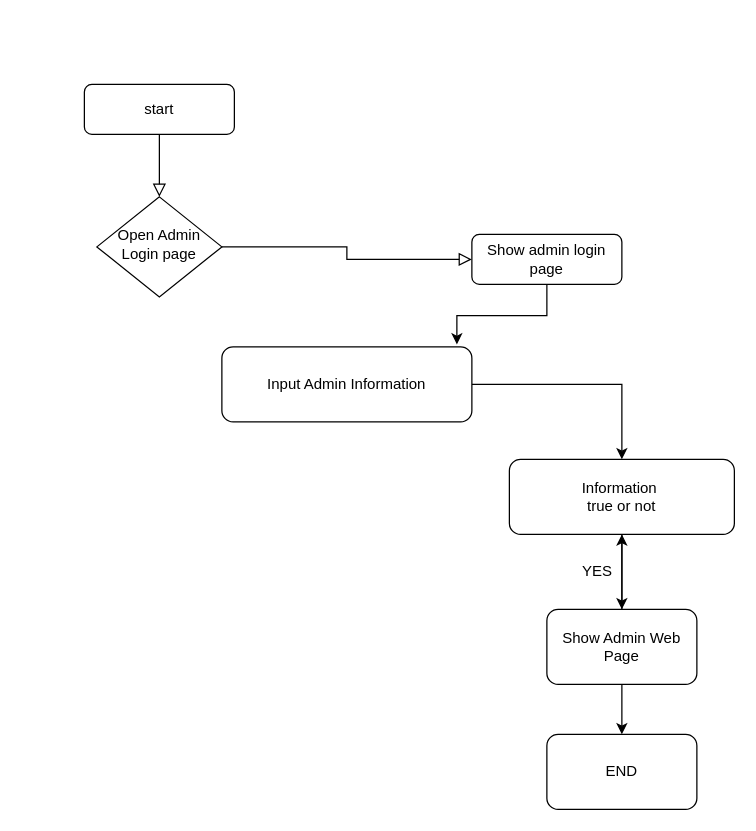
The draw.io diagram page "Page-1" (1 of 2) of Untitled Diagram.drawio in yogeshvishnole/Apnakisan, before the edit. Source tidied: cells renumbered, new cells numbered last; positions are measured from the earlier drawing's top-left corner, leaving out a move shared by most shapes. Both pictures are drawn from the tidied source at 125%, with x=0, y=0 at pixel (84, 84).
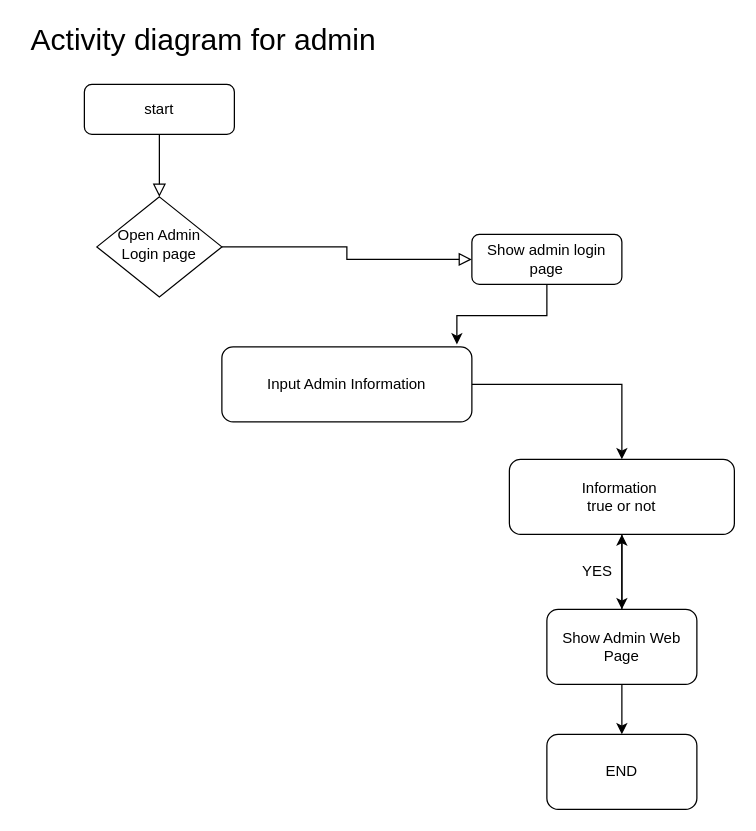
The same page after the edit.

Change to the diagram source:
```diff
@@
 <mxGraphModel>
   <root>
     <mxCell id="0" />
     <mxCell id="1" parent="0" />
     <mxCell id="2" style="rounded=0;html=1;jettySize=auto;fontSize=11;endArrow=block;endFill=0;endSize=8;strokeWidth=1;shadow=0;labelBackgroundColor=none;edgeStyle=orthogonalEdgeStyle;" parent="1" edge="1" source="3" target="5">
       <mxGeometry relative="1" as="geometry" />
     </mxCell>
     <mxCell id="3" value="start" style="rounded=1;whiteSpace=wrap;html=1;fontSize=12;glass=0;strokeWidth=1;shadow=0;" parent="1" vertex="1">
       <mxGeometry width="120" height="40" as="geometry" />
     </mxCell>
     <mxCell id="4" style="edgeStyle=orthogonalEdgeStyle;rounded=0;html=1;jettySize=auto;fontSize=11;endArrow=block;endFill=0;endSize=8;strokeWidth=1;shadow=0;labelBackgroundColor=none;" parent="1" edge="1" source="5" target="7">
       <mxGeometry y="10" relative="1" as="geometry" />
     </mxCell>
     <mxCell id="5" value="Open Admin Login page" style="rhombus;whiteSpace=wrap;html=1;shadow=0;fontFamily=Helvetica;fontSize=12;align=center;strokeWidth=1;spacing=6;spacingTop=-4;" parent="1" vertex="1">
       <mxGeometry x="10" y="90" width="100" height="80" as="geometry" />
     </mxCell>
     <mxCell id="6" style="edgeStyle=orthogonalEdgeStyle;rounded=0;jettySize=auto;html=1;entryX=0.94;entryY=-0.033;entryDx=0;entryDy=0;entryPerimeter=0;" parent="1" edge="1" source="7" target="9">
       <mxGeometry relative="1" as="geometry" />
     </mxCell>
     <mxCell id="7" value="Show admin login page" style="rounded=1;whiteSpace=wrap;html=1;fontSize=12;glass=0;strokeWidth=1;shadow=0;" parent="1" vertex="1">
       <mxGeometry x="310" y="120" width="120" height="40" as="geometry" />
     </mxCell>
     <mxCell id="8" style="edgeStyle=orthogonalEdgeStyle;rounded=0;jettySize=auto;html=1;" parent="1" edge="1" source="9" target="11">
       <mxGeometry relative="1" as="geometry" />
     </mxCell>
     <mxCell id="9" value="Input Admin Information" style="rounded=1;whiteSpace=wrap;html=1;" parent="1" vertex="1">
       <mxGeometry x="110" y="210" width="200" height="60" as="geometry" />
     </mxCell>
     <mxCell id="10" style="edgeStyle=orthogonalEdgeStyle;rounded=0;jettySize=auto;html=1;" parent="1" edge="1" source="11" target="14">
       <mxGeometry relative="1" as="geometry" />
     </mxCell>
     <mxCell id="11" value="Information&amp;nbsp;&lt;br&gt;true or not" style="rounded=1;whiteSpace=wrap;html=1;" parent="1" vertex="1">
       <mxGeometry x="340" y="300" width="180" height="60" as="geometry" />
     </mxCell>
     <mxCell id="12" style="edgeStyle=orthogonalEdgeStyle;rounded=0;jettySize=auto;html=1;" parent="1" edge="1" source="14" target="15">
       <mxGeometry relative="1" as="geometry" />
     </mxCell>
     <mxCell id="13" style="edgeStyle=orthogonalEdgeStyle;rounded=0;jettySize=auto;html=1;" parent="1" edge="1" source="14" target="11">
       <mxGeometry relative="1" as="geometry" />
     </mxCell>
     <mxCell id="14" value="Show Admin Web Page" style="rounded=1;whiteSpace=wrap;html=1;" parent="1" vertex="1">
       <mxGeometry x="370" y="420" width="120" height="60" as="geometry" />
     </mxCell>
     <mxCell id="15" value="END" style="rounded=1;whiteSpace=wrap;html=1;" parent="1" vertex="1">
       <mxGeometry x="370" y="520" width="120" height="60" as="geometry" />
     </mxCell>
     <mxCell id="16" value="YES" style="text;html=1;align=center;verticalAlign=middle;" parent="1" vertex="1">
       <mxGeometry x="390" y="380" width="40" height="20" as="geometry" />
     </mxCell>
+    <mxCell id="17" value="Activity diagram for admin" style="text;html=1;align=center;verticalAlign=middle;fontSize=24;" parent="1" vertex="1">
+      <mxGeometry x="-50" y="-50" width="290" height="30" as="geometry" />
+    </mxCell>
   </root>
 </mxGraphModel>
```
